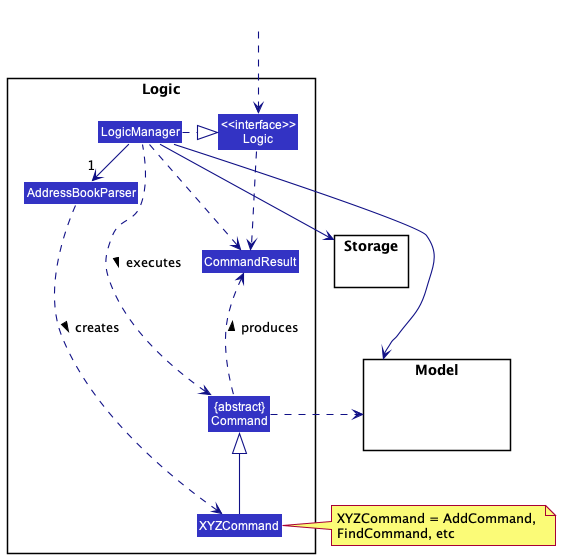
The PlantUML diagram docs/images/LogicClassDiagram.png in nus-cs2103-AY2223S2/tp, before a commit.
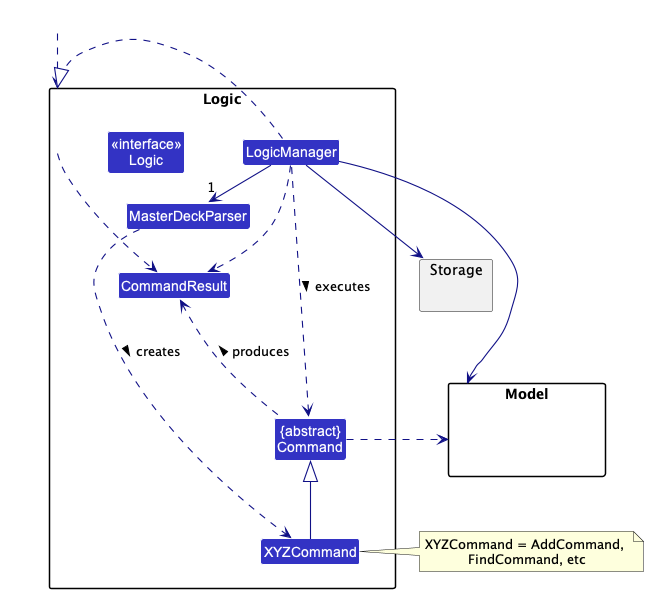
After the commit.

Change to the diagram source:
```diff
@@ -6,7 +6,7 @@
 
 package Logic {
 
-Class AddressBookParser
+Class MasterDeckParser
 Class XYZCommand
 Class CommandResult
 Class "{abstract}\nCommand" as Command
@@ -27,8 +27,8 @@
 HiddenOutside ..> Logic
 
 LogicManager .right.|> Logic
-LogicManager -right->"1" AddressBookParser
-AddressBookParser ..> XYZCommand : creates >
+LogicManager -right->"1" MasterDeckParser
+MasterDeckParser ..> XYZCommand : creates >
 
 XYZCommand -up-|> Command
 LogicManager .left.> Command : executes >
```
